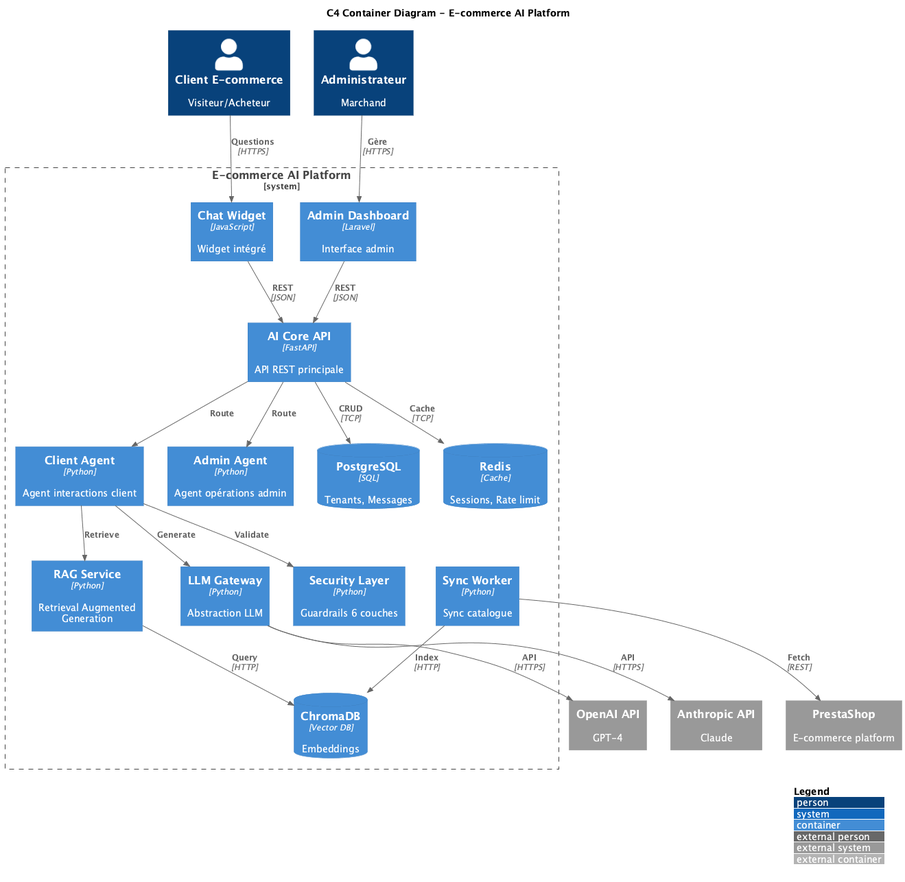
Above: docs/diagrams/C4_Container.png in WnOussama/ecommerce-ai-platform (PlantUML), before the change.
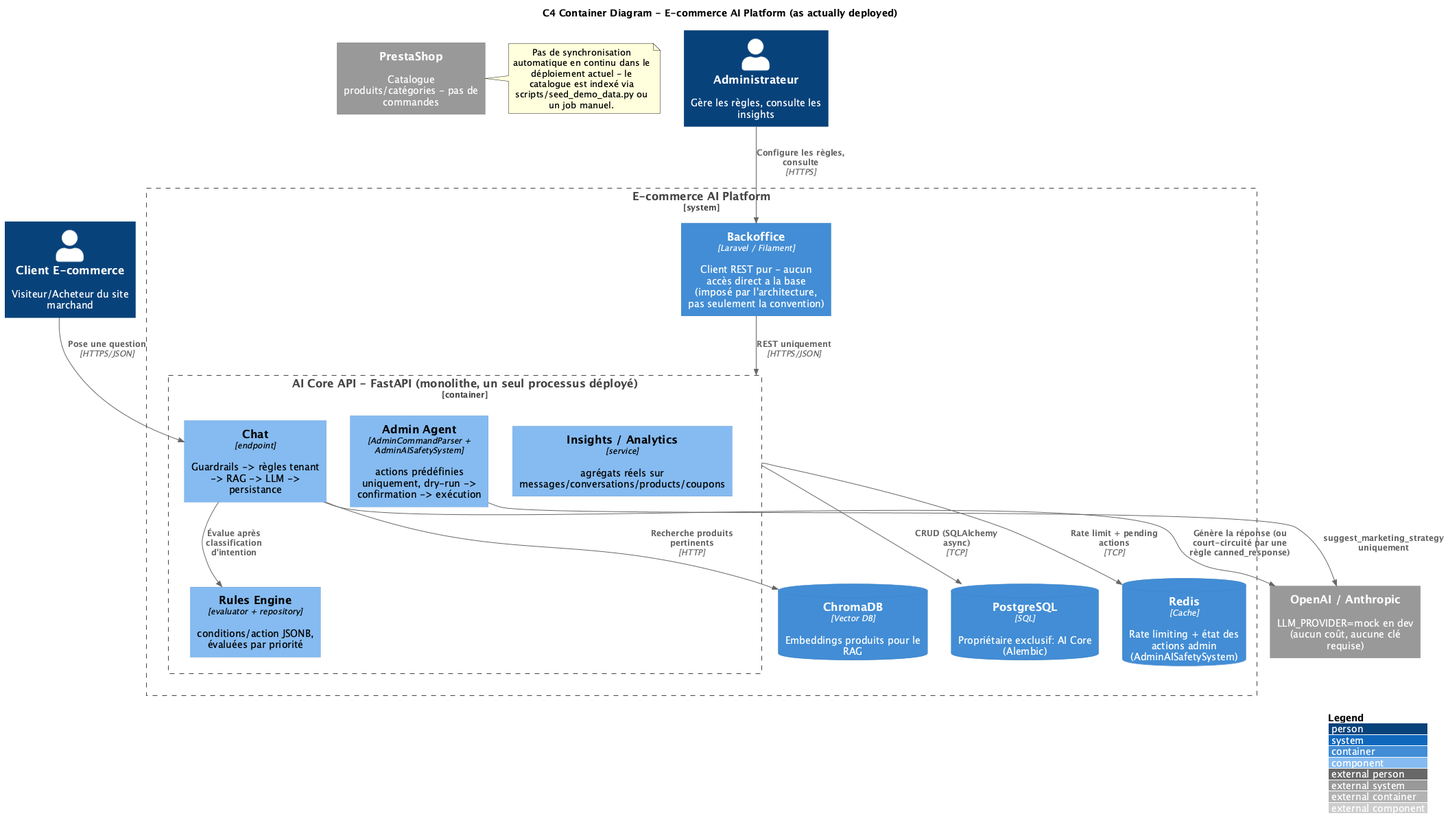
The same diagram one commit later.

What changed in the source:
```diff
@@ -1,48 +1,49 @@
 @startuml C4_Container
 
 !include https://raw.githubusercontent.com/plantuml-stdlib/C4-PlantUML/master/C4_Container.puml
+!include https://raw.githubusercontent.com/plantuml-stdlib/C4-PlantUML/master/C4_Component.puml
 
 LAYOUT_WITH_LEGEND()
 
-title C4 Container Diagram - E-commerce AI Platform
+title C4 Container Diagram - E-commerce AI Platform (as actually deployed)
 
-Person(client, "Client E-commerce", "Visiteur/Acheteur")
-Person(admin, "Administrateur", "Marchand")
+Person(client, "Client E-commerce", "Visiteur/Acheteur du site marchand")
+Person(admin, "Administrateur", "Gère les règles, consulte les insights")
 
-System_Ext(prestashop, "PrestaShop", "E-commerce platform")
-System_Ext(openai, "OpenAI API", "GPT-4")
-System_Ext(anthropic, "Anthropic API", "Claude")
+System_Ext(prestashop, "PrestaShop", "Catalogue produits/catégories - pas de commandes")
+System_Ext(llm, "OpenAI / Anthropic", "LLM_PROVIDER=mock en dev (aucun coût, aucune clé requise)")
 
 System_Boundary(platform, "E-commerce AI Platform") {
-    Container(widget, "Chat Widget", "JavaScript", "Widget intégré")
-    Container(dashboard, "Admin Dashboard", "Laravel", "Interface admin")
-    Container(api, "AI Core API", "FastAPI", "API REST principale")
-    Container(client_agent, "Client Agent", "Python", "Agent interactions client")
-    Container(admin_agent, "Admin Agent", "Python", "Agent opérations admin")
-    Container(llm_gateway, "LLM Gateway", "Python", "Abstraction LLM")
-    Container(rag_service, "RAG Service", "Python", "Retrieval Augmented Generation")
-    Container(security, "Security Layer", "Python", "Guardrails 6 couches")
-    ContainerDb(postgres, "PostgreSQL", "SQL", "Tenants, Messages")
-    ContainerDb(chromadb, "ChromaDB", "Vector DB", "Embeddings")
-    ContainerDb(redis, "Redis", "Cache", "Sessions, Rate limit")
-    Container(sync_worker, "Sync Worker", "Python", "Sync catalogue")
+    Container(backoffice, "Backoffice", "Laravel / Filament", "Client REST pur - aucun accès direct a la base (imposé par l'architecture, pas seulement la convention)")
+
+    Container_Boundary(aicore, "AI Core API - FastAPI (monolithe, un seul processus déployé)") {
+        Component(chat_ep, "Chat", "endpoint", "Guardrails -> règles tenant -> RAG -> LLM -> persistance")
+        Component(rules_ep, "Rules Engine", "evaluator + repository", "conditions/action JSONB, évaluées par priorité")
+        Component(admin_agent, "Admin Agent", "AdminCommandParser + AdminAISafetySystem", "actions prédéfinies uniquement, dry-run -> confirmation -> exécution")
+        Component(insights_ep, "Insights / Analytics", "service", "agrégats réels sur messages/conversations/products/coupons")
+    }
+
+    ContainerDb(postgres, "PostgreSQL", "SQL", "Propriétaire exclusif: AI Core (Alembic)")
+    ContainerDb(chromadb, "ChromaDB", "Vector DB", "Embeddings produits pour le RAG")
+    ContainerDb(redis, "Redis", "Cache", "Rate limiting + état des actions admin (AdminAISafetySystem)")
 }
 
-Rel(client, widget, "Questions", "HTTPS")
-Rel(widget, api, "REST", "JSON")
-Rel(admin, dashboard, "Gère", "HTTPS")
-Rel(dashboard, api, "REST", "JSON")
-Rel(api, client_agent, "Route")
-Rel(api, admin_agent, "Route")
-Rel(client_agent, llm_gateway, "Generate")
-Rel(client_agent, rag_service, "Retrieve")
-Rel(client_agent, security, "Validate")
-Rel(llm_gateway, openai, "API", "HTTPS")
-Rel(llm_gateway, anthropic, "API", "HTTPS")
-Rel(api, postgres, "CRUD", "TCP")
-Rel(rag_service, chromadb, "Query", "HTTP")
-Rel(api, redis, "Cache", "TCP")
-Rel(sync_worker, prestashop, "Fetch", "REST")
-Rel(sync_worker, chromadb, "Index", "HTTP")
+Rel(client, chat_ep, "Pose une question", "HTTPS/JSON")
+Rel(admin, backoffice, "Configure les règles, consulte", "HTTPS")
+Rel(backoffice, aicore, "REST uniquement", "HTTPS/JSON")
+
+Rel(chat_ep, rules_ep, "Évalue après classification d'intention")
+Rel(chat_ep, llm, "Génère la réponse (ou court-circuité par une règle canned_response)")
+Rel(admin_agent, llm, "suggest_marketing_strategy uniquement")
+
+Rel(aicore, postgres, "CRUD (SQLAlchemy async)", "TCP")
+Rel(chat_ep, chromadb, "Recherche produits pertinents", "HTTP")
+Rel(aicore, redis, "Rate limit + pending actions", "TCP")
+
+Note right of prestashop
+  Pas de synchronisation automatique en continu dans le
+  déploiement actuel - le catalogue est indexé via
+  scripts/seed_demo_data.py ou un job manuel.
+end note
 
 @enduml
```
